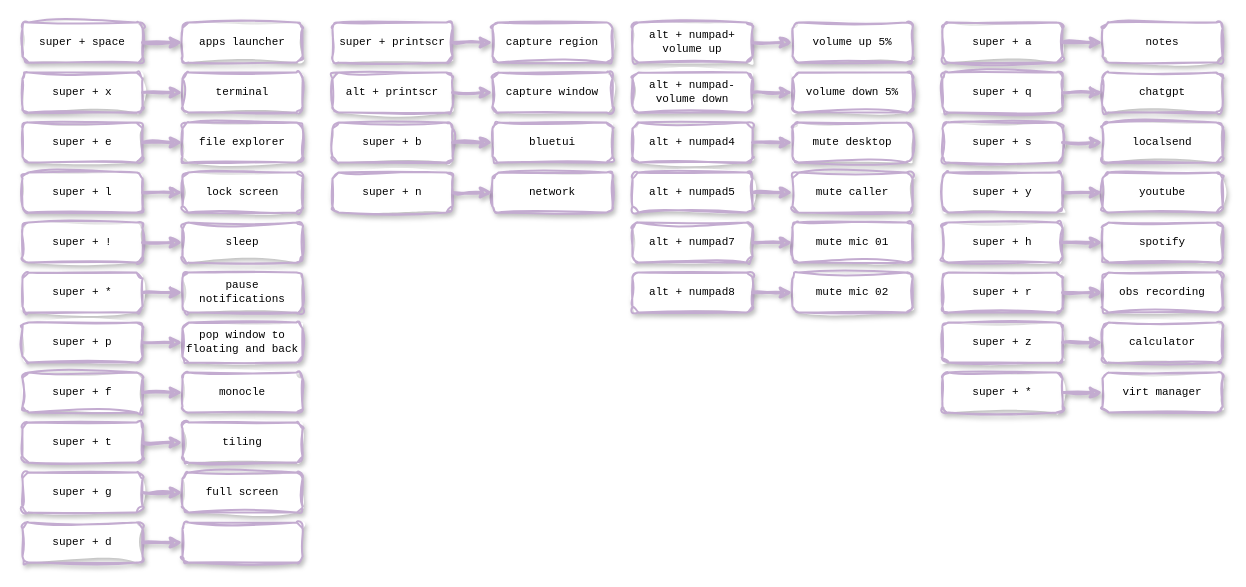
This is shortcutmap/keymap.drawio from alainpham/dwm-flexipatch, a draw.io file, before an edit. Source tidied: cells renumbered, new cells numbered last; positions are measured from the earlier drawing's top-left corner, leaving out a move shared by most shapes. Both pictures are drawn from the tidied source at 100%, with x=0, y=0 at pixel (22, 22).
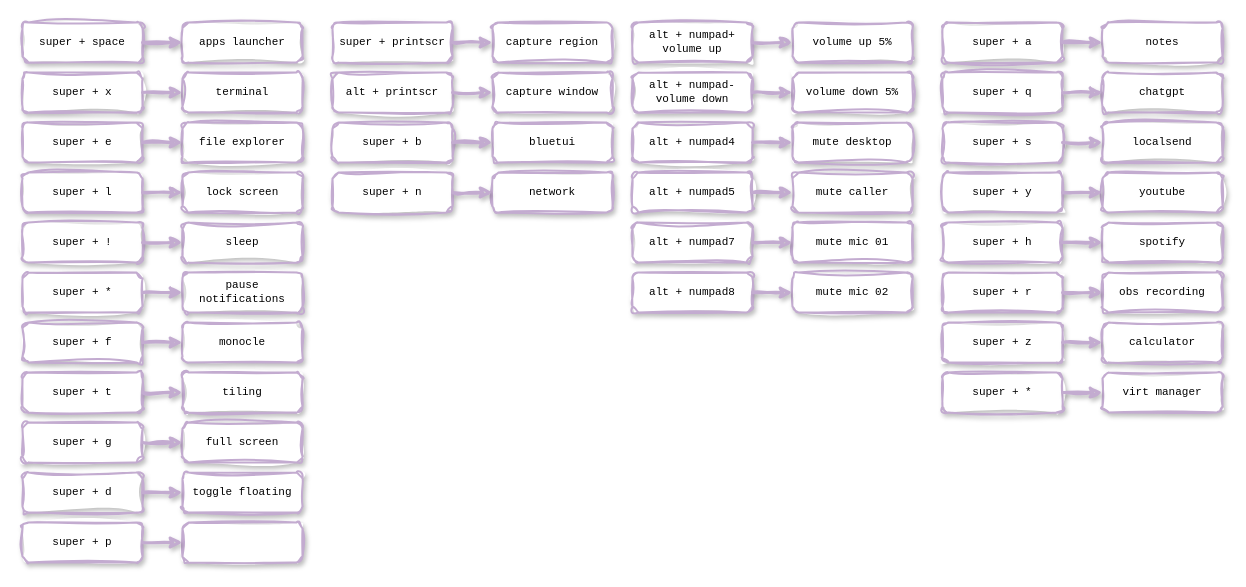
The same page after the edit.

Diff of the diagram source:
```diff
@@
     <mxCell id="45" value="super + d" style="rounded=1;whiteSpace=wrap;html=1;sketch=1;curveFitting=1;jiggle=2;glass=0;shadow=1;strokeColor=#C3ABD0;strokeWidth=2;align=center;verticalAlign=middle;fontFamily=Courier New;fontSize=11;fontColor=default;fillColor=default;" parent="1" vertex="1">
-      <mxGeometry y="500" width="120" height="40" as="geometry" />
+      <mxGeometry y="450" width="120" height="40" as="geometry" />
     </mxCell>
     <mxCell id="46" value="super + t" style="rounded=1;whiteSpace=wrap;html=1;sketch=1;curveFitting=1;jiggle=2;glass=0;shadow=1;strokeColor=#C3ABD0;strokeWidth=2;align=center;verticalAlign=middle;fontFamily=Courier New;fontSize=11;fontColor=default;fillColor=default;" parent="1" vertex="1">
-      <mxGeometry y="400" width="120" height="40" as="geometry" />
+      <mxGeometry y="350" width="120" height="40" as="geometry" />
     </mxCell>
@@
-    <mxCell id="51" style="whiteSpace=wrap;html=1;strokeColor=#C3ABD0;rounded=1;sketch=1;curveFitting=1;jiggle=2;glass=0;shadow=1;strokeWidth=2;fontFamily=Courier New;fontSize=11;" parent="1" vertex="1">
-      <mxGeometry x="160" y="500" width="120" height="40" as="geometry" />
+    <mxCell id="51" value="toggle floating" style="whiteSpace=wrap;html=1;strokeColor=#C3ABD0;rounded=1;sketch=1;curveFitting=1;jiggle=2;glass=0;shadow=1;strokeWidth=2;fontFamily=Courier New;fontSize=11;" parent="1" vertex="1">
+      <mxGeometry x="160" y="450" width="120" height="40" as="geometry" />
     </mxCell>
     <mxCell id="52" value="tiling" style="whiteSpace=wrap;html=1;strokeColor=#C3ABD0;rounded=1;sketch=1;curveFitting=1;jiggle=2;glass=0;shadow=1;strokeWidth=2;fontFamily=Courier New;fontSize=11;" parent="1" vertex="1">
-      <mxGeometry x="160" y="400" width="120" height="40" as="geometry" />
+      <mxGeometry x="160" y="350" width="120" height="40" as="geometry" />
     </mxCell>
@@
     <mxCell id="77" value="super + p" style="rounded=1;whiteSpace=wrap;html=1;sketch=1;curveFitting=1;jiggle=2;glass=0;shadow=1;strokeColor=#C3ABD0;strokeWidth=2;align=center;verticalAlign=middle;fontFamily=Courier New;fontSize=11;fontColor=default;fillColor=default;" parent="1" vertex="1">
-      <mxGeometry y="300" width="120" height="40" as="geometry" />
+      <mxGeometry y="500" width="120" height="40" as="geometry" />
     </mxCell>
-    <mxCell id="78" value="pop window to floating and back" style="whiteSpace=wrap;html=1;strokeColor=#C3ABD0;rounded=1;sketch=1;curveFitting=1;jiggle=2;glass=0;shadow=1;strokeWidth=2;fontFamily=Courier New;fontSize=11;" parent="1" vertex="1">
-      <mxGeometry x="160" y="300" width="120" height="40" as="geometry" />
+    <mxCell id="78" style="whiteSpace=wrap;html=1;strokeColor=#C3ABD0;rounded=1;sketch=1;curveFitting=1;jiggle=2;glass=0;shadow=1;strokeWidth=2;fontFamily=Courier New;fontSize=11;" parent="1" vertex="1">
+      <mxGeometry x="160" y="500" width="120" height="40" as="geometry" />
     </mxCell>
@@
     <mxCell id="80" value="super + f" style="rounded=1;whiteSpace=wrap;html=1;sketch=1;curveFitting=1;jiggle=2;glass=0;shadow=1;strokeColor=#C3ABD0;strokeWidth=2;align=center;verticalAlign=middle;fontFamily=Courier New;fontSize=11;fontColor=default;fillColor=default;" parent="1" vertex="1">
-      <mxGeometry y="350" width="120" height="40" as="geometry" />
+      <mxGeometry y="300" width="120" height="40" as="geometry" />
     </mxCell>
     <mxCell id="81" value="monocle" style="whiteSpace=wrap;html=1;strokeColor=#C3ABD0;rounded=1;sketch=1;curveFitting=1;jiggle=2;glass=0;shadow=1;strokeWidth=2;fontFamily=Courier New;fontSize=11;" parent="1" vertex="1">
-      <mxGeometry x="160" y="350" width="120" height="40" as="geometry" />
+      <mxGeometry x="160" y="300" width="120" height="40" as="geometry" />
     </mxCell>
@@
     <mxCell id="86" value="super + g" style="rounded=1;whiteSpace=wrap;html=1;sketch=1;curveFitting=1;jiggle=2;glass=0;shadow=1;strokeColor=#C3ABD0;strokeWidth=2;align=center;verticalAlign=middle;fontFamily=Courier New;fontSize=11;fontColor=default;fillColor=default;" parent="1" vertex="1">
-      <mxGeometry y="450" width="120" height="40" as="geometry" />
+      <mxGeometry y="400" width="120" height="40" as="geometry" />
     </mxCell>
     <mxCell id="87" value="full screen" style="whiteSpace=wrap;html=1;strokeColor=#C3ABD0;rounded=1;sketch=1;curveFitting=1;jiggle=2;glass=0;shadow=1;strokeWidth=2;fontFamily=Courier New;fontSize=11;" parent="1" vertex="1">
-      <mxGeometry x="160" y="450" width="120" height="40" as="geometry" />
+      <mxGeometry x="160" y="400" width="120" height="40" as="geometry" />
     </mxCell>
```
